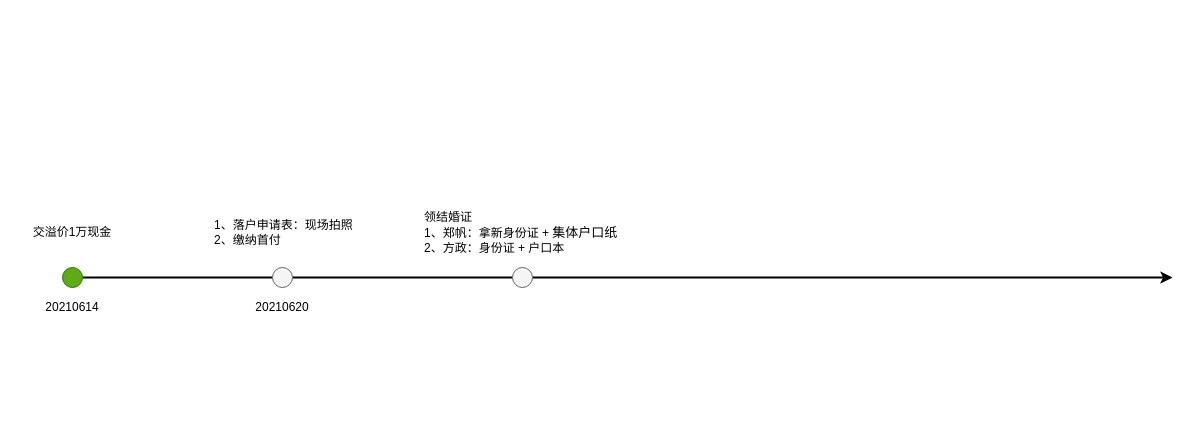
Above: pet_data_warehouse/武汉房子.drawio in fangzheng0518/draw (draw.io), before the change. Source tidied: cells renumbered, new cells numbered last; positions are measured from the earlier drawing's top-left corner, leaving out a move shared by most shapes. Both pictures are drawn from the tidied source at 100%, with x=0, y=0 at pixel (17, 197).
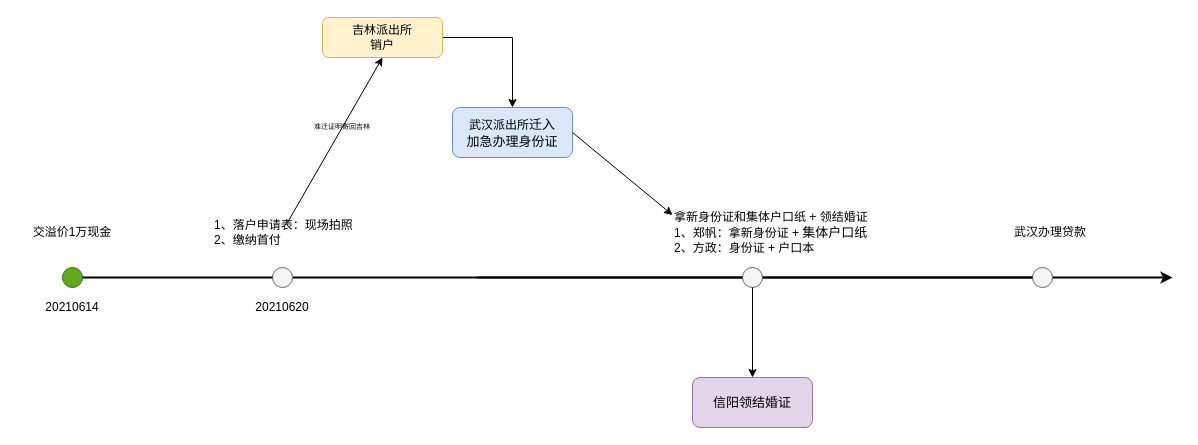
The same diagram, later.

Commit message (it also covers changes not shown here):
更新武汉房子.drawio

Unchanged cells that the change refers to:
```xml
<mxCell id="4" style="ellipse;whiteSpace=wrap;html=1;fillColor=#60a917;strokeColor=#2D7600;fontColor=#ffffff;" parent="1" vertex="1">
  <mxGeometry x="45" y="70" width="20" height="20" as="geometry" />
</mxCell>
<mxCell id="7" value="1、落户申请表：现场拍照&lt;br&gt;2、缴纳首付" style="text;html=1;strokeColor=none;fillColor=none;align=left;verticalAlign=middle;whiteSpace=wrap;rounded=0;" parent="1" vertex="1">
  <mxGeometry x="195" y="25" width="150" height="20" as="geometry" />
</mxCell>
```

Change to the diagram source:
```diff
@@
-    <mxCell id="2" style="endArrow=classic;html=1;startArrow=none;strokeWidth=2;" parent="1" edge="1" source="4">
+    <mxCell id="2" style="endArrow=classic;html=1;startArrow=none;strokeWidth=2;" parent="1" edge="1" source="20">
       <mxGeometry relative="1" as="geometry">
         <mxPoint x="1155" y="80" as="targetPoint" />
+        <Array as="points">
+          <mxPoint x="455" y="80" />
+        </Array>
       </mxGeometry>
     </mxCell>
@@
-    <mxCell id="6" style="ellipse;whiteSpace=wrap;html=1;fillColor=#f5f5f5;strokeColor=#666666;fontColor=#333333;" parent="1" vertex="1">
-      <mxGeometry x="255" y="70" width="20" height="20" as="geometry" />
-    </mxCell>
@@
+    <mxCell id="10" value="拿新身份证和集体户口纸 + 领结婚证&lt;br&gt;1、郑帆：拿新身份证 +&amp;nbsp;&lt;span style=&quot;font-family: &amp;#34;helvetica neue&amp;#34; ; font-size: 13px&quot;&gt;集体户口纸&lt;/span&gt;&lt;br&gt;2、方政：身份证 + 户口本" style="text;html=1;strokeColor=none;fillColor=none;align=left;verticalAlign=middle;whiteSpace=wrap;rounded=0;" parent="1" vertex="1">
+      <mxGeometry x="655" width="230" height="70" as="geometry" />
+    </mxCell>
+    <mxCell id="11" style="edgeStyle=orthogonalEdgeStyle;rounded=0;jettySize=auto;html=1;fontSize=7;strokeWidth=1;" parent="1" edge="1" source="12" target="16">
+      <mxGeometry relative="1" as="geometry" />
+    </mxCell>
+    <mxCell id="12" value="吉林派出所&lt;br&gt;销户" style="rounded=1;whiteSpace=wrap;html=1;align=center;fillColor=#fff2cc;strokeColor=#d6b656;" parent="1" vertex="1">
+      <mxGeometry x="305" y="-180" width="120" height="40" as="geometry" />
+    </mxCell>
+    <mxCell id="13" style="endArrow=classic;html=1;strokeWidth=1;exitX=0.5;exitY=0;exitDx=0;exitDy=0;entryX=0.5;entryY=1;entryDx=0;entryDy=0;fontSize=7;" parent="1" edge="1" source="7" target="12">
+      <mxGeometry relative="1" as="geometry" />
+    </mxCell>
+    <mxCell id="14" value="准迁证明寄回吉林" style="text;html=1;strokeColor=none;fillColor=none;align=center;verticalAlign=middle;whiteSpace=wrap;rounded=0;fontSize=7;" parent="1" vertex="1">
+      <mxGeometry x="265" y="-80" width="120" height="20" as="geometry" />
+    </mxCell>
     <mxCell id="9" style="ellipse;whiteSpace=wrap;html=1;fillColor=#f5f5f5;strokeColor=#666666;fontColor=#333333;" parent="1" vertex="1">
-      <mxGeometry x="495" y="70" width="20" height="20" as="geometry" />
+      <mxGeometry x="725" y="70" width="20" height="20" as="geometry" />
     </mxCell>
-    <mxCell id="10" value="领结婚证&lt;br&gt;1、郑帆：拿新身份证 +&amp;nbsp;&lt;span style=&quot;font-family: &amp;#34;helvetica neue&amp;#34; ; font-size: 13px&quot;&gt;集体户口纸&lt;/span&gt;&lt;br&gt;2、方政：身份证 + 户口本" style="text;html=1;strokeColor=none;fillColor=none;align=left;verticalAlign=middle;whiteSpace=wrap;rounded=0;" parent="1" vertex="1">
-      <mxGeometry x="405" width="230" height="70" as="geometry" />
-    </mxCell>
+    <mxCell id="15" style="endArrow=none;html=1;startArrow=none;strokeWidth=2;" parent="1" edge="1" source="6" target="9">
+      <mxGeometry relative="1" as="geometry" />
+    </mxCell>
+    <mxCell id="16" value="武汉派出所&lt;span style=&quot;font-family: &amp;#34;helvetica neue&amp;#34; ; font-size: 13px&quot;&gt;迁入&lt;br&gt;加急办理身份证&lt;br&gt;&lt;/span&gt;" style="whiteSpace=wrap;html=1;rounded=1;fillColor=#dae8fc;strokeColor=#6c8ebf;" parent="1" vertex="1">
+      <mxGeometry x="435" y="-90" width="120" height="50" as="geometry" />
+    </mxCell>
+    <mxCell id="6" style="ellipse;whiteSpace=wrap;html=1;fillColor=#f5f5f5;strokeColor=#666666;fontColor=#333333;" parent="1" vertex="1">
+      <mxGeometry x="255" y="70" width="20" height="20" as="geometry" />
+    </mxCell>
+    <mxCell id="17" style="endArrow=none;html=1;startArrow=none;strokeWidth=2;" parent="1" edge="1" source="4" target="6">
+      <mxGeometry relative="1" as="geometry" />
+    </mxCell>
+    <mxCell id="18" style="endArrow=classic;html=1;fontSize=7;strokeWidth=1;exitX=1;exitY=0.5;exitDx=0;exitDy=0;entryX=0;entryY=0.25;entryDx=0;entryDy=0;" parent="1" edge="1" source="16" target="10">
+      <mxGeometry relative="1" as="geometry" />
+    </mxCell>
+    <mxCell id="19" value="&lt;span style=&quot;font-family: &amp;#34;helvetica neue&amp;#34; ; font-size: 13px&quot;&gt;信阳领结婚证&lt;br&gt;&lt;/span&gt;" style="whiteSpace=wrap;html=1;rounded=1;fillColor=#e1d5e7;strokeColor=#9673a6;" parent="1" vertex="1">
+      <mxGeometry x="675" y="180" width="120" height="50" as="geometry" />
+    </mxCell>
+    <mxCell id="20" style="ellipse;whiteSpace=wrap;html=1;fillColor=#f5f5f5;strokeColor=#666666;fontColor=#333333;" parent="1" vertex="1">
+      <mxGeometry x="1015" y="70" width="20" height="20" as="geometry" />
+    </mxCell>
+    <mxCell id="21" style="endArrow=none;html=1;startArrow=none;strokeWidth=2;" parent="1" edge="1" source="9" target="20">
+      <mxGeometry relative="1" as="geometry" />
+    </mxCell>
+    <mxCell id="22" value="武汉办理贷款" style="text;html=1;strokeColor=none;fillColor=none;align=left;verticalAlign=middle;whiteSpace=wrap;rounded=0;" parent="1" vertex="1">
+      <mxGeometry x="995" width="80" height="70" as="geometry" />
+    </mxCell>
+    <mxCell id="23" style="endArrow=classic;html=1;fontSize=7;strokeWidth=1;exitX=0.5;exitY=1;exitDx=0;exitDy=0;entryX=0.5;entryY=0;entryDx=0;entryDy=0;" parent="1" edge="1" source="9" target="19">
+      <mxGeometry relative="1" as="geometry" />
+    </mxCell>
```
